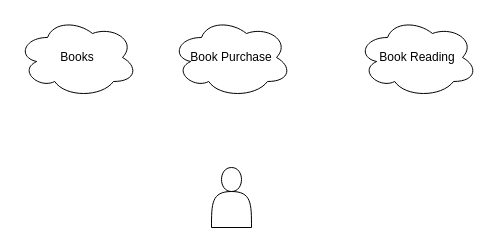
Above: page "Purpose" (1 of 5) of Gerlinde/diagrams.drawio in peru3232/Database-development--Day1 (draw.io), before the change. Source tidied: cells renumbered, new cells numbered last; positions are measured from the earlier drawing's top-left corner, leaving out a move shared by most shapes. Both pictures are drawn from the tidied source at 100%, with x=0, y=0 at pixel (17, 17).
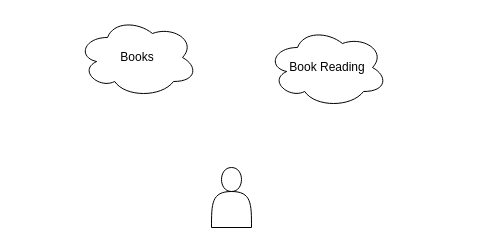
Above is the later version.

What changed in the source:
```diff
@@
 <mxGraphModel>
   <root>
     <mxCell id="0" />
     <mxCell id="1" parent="0" />
     <mxCell id="2" style="shape=actor;whiteSpace=wrap;html=1;" parent="1" vertex="1">
       <mxGeometry x="194" y="150" width="40" height="60" as="geometry" />
     </mxCell>
     <mxCell id="3" value="Books" style="ellipse;shape=cloud;whiteSpace=wrap;html=1;" parent="1" vertex="1">
-      <mxGeometry width="120" height="80" as="geometry" />
+      <mxGeometry x="60" width="120" height="80" as="geometry" />
     </mxCell>
-    <mxCell id="4" value="Book Purchase" style="ellipse;shape=cloud;whiteSpace=wrap;html=1;" parent="1" vertex="1">
-      <mxGeometry x="154" width="120" height="80" as="geometry" />
-    </mxCell>
     <mxCell id="5" value="Book Reading" style="ellipse;shape=cloud;whiteSpace=wrap;html=1;" parent="1" vertex="1">
-      <mxGeometry x="340" width="120" height="80" as="geometry" />
+      <mxGeometry x="250" y="10" width="120" height="80" as="geometry" />
     </mxCell>
   </root>
 </mxGraphModel>
```
